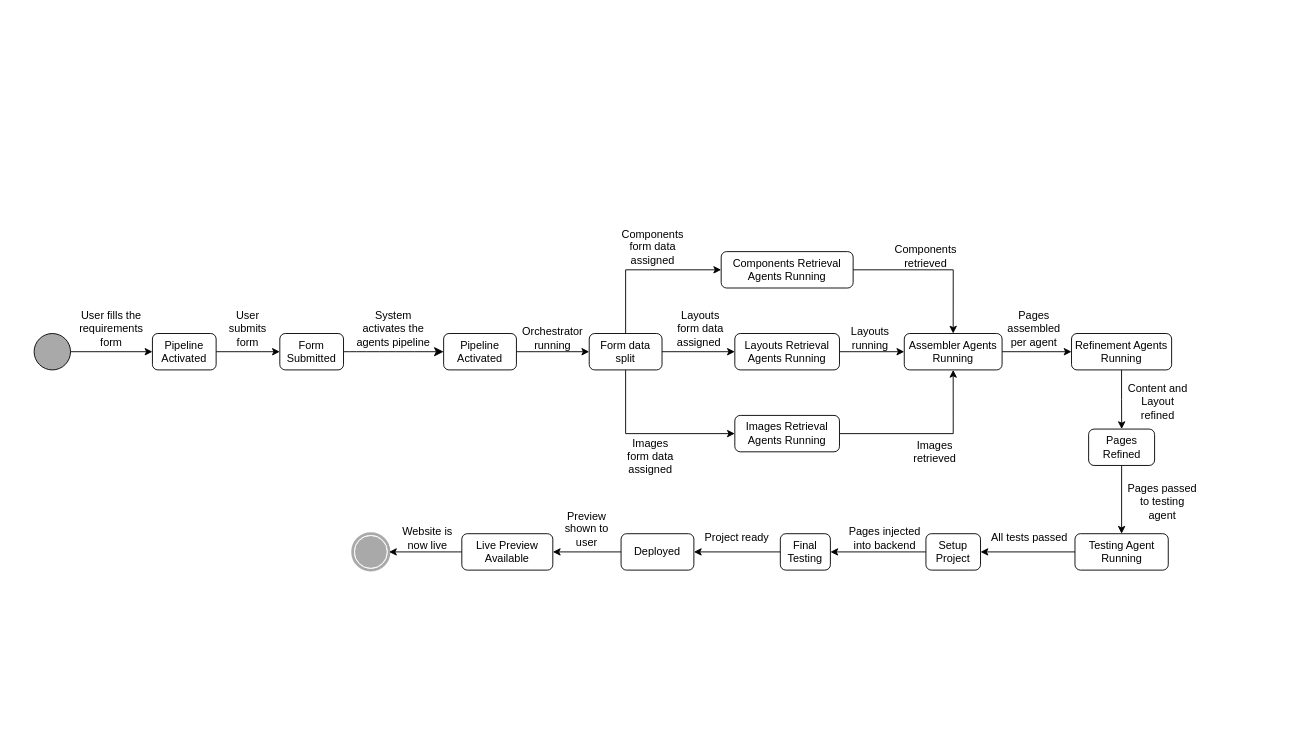
Before: page "Page-1" (4 of 9) of Untitled Diagram.drawio in FrozenEnigma51051/Draw.io, a draw.io diagram. Source tidied: cells renumbered, new cells numbered last; positions are measured from the earlier drawing's top-left corner, leaving out a move shared by most shapes. Both pictures are drawn from the tidied source at 91%, with x=0, y=0 at pixel (34, 24).
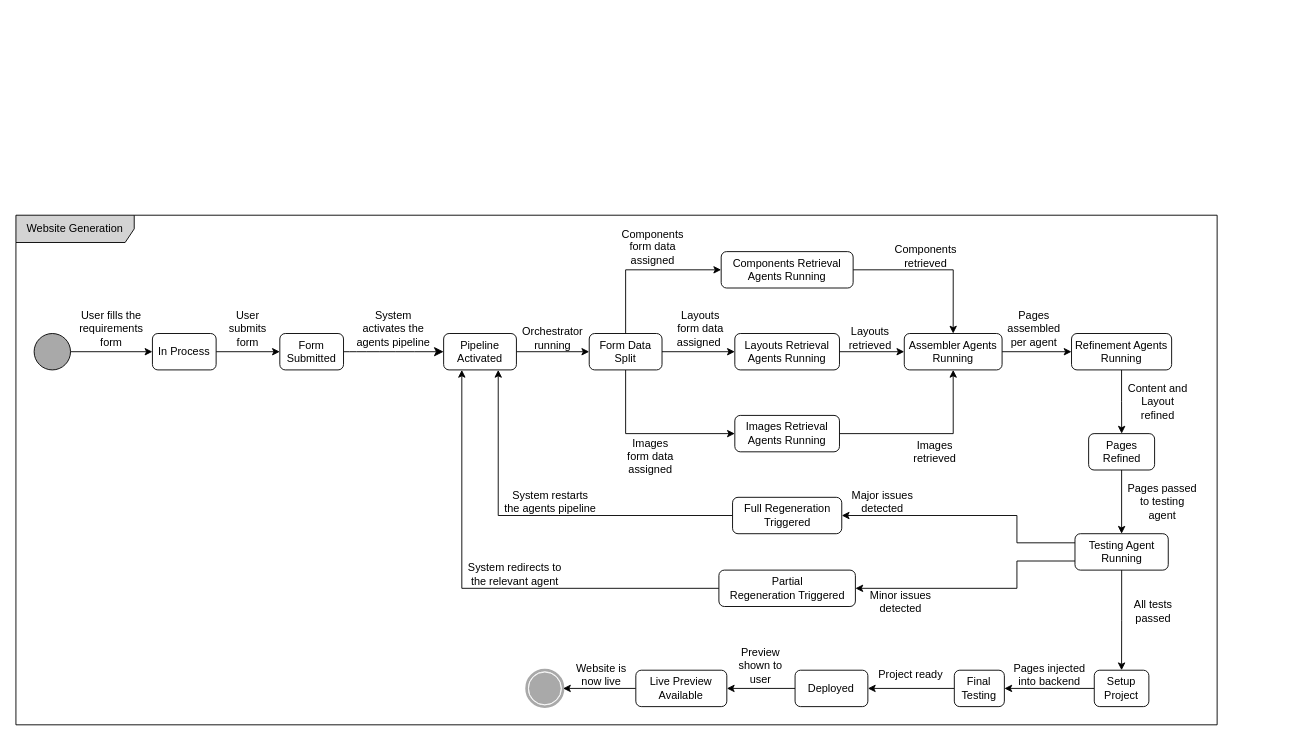
The same page after the edit.

Unchanged cells that the change refers to:
```xml
<mxCell id="6" value="Pipeline Activated" style="rounded=1;whiteSpace=wrap;html=1;" parent="1" vertex="1">
  <mxGeometry x="450" y="340" width="80" height="40" as="geometry" />
</mxCell>
<mxCell id="35" value="Testing Agent Running" style="rounded=1;whiteSpace=wrap;html=1;" parent="1" vertex="1">
  <mxGeometry x="1143.8" y="560" width="102.5" height="40" as="geometry" />
</mxCell>
```

Diff of the diagram source:
```diff
@@
     <mxCell id="3" style="edgeStyle=none;curved=1;rounded=0;orthogonalLoop=1;jettySize=auto;html=1;exitX=0.25;exitY=0;exitDx=0;exitDy=0;fontSize=12;startSize=8;endSize=8;" parent="1" edge="1">
       <mxGeometry relative="1" as="geometry">
-        <mxPoint x="1355" as="sourcePoint" />
-        <mxPoint x="1355" as="targetPoint" />
+        <mxPoint x="1025" y="230" as="sourcePoint" />
+        <mxPoint x="1025" y="230" as="targetPoint" />
       </mxGeometry>
     </mxCell>
@@
     <mxCell id="9" style="shape=mxgraph.bpmn.shape;html=1;verticalLabelPosition=bottom;labelBackgroundColor=#ffffff;verticalAlign=top;perimeter=ellipsePerimeter;outline=end;symbol=terminate;rounded=0;shadow=0;comic=0;strokeWidth=1;fontFamily=Verdana;fontSize=12;align=center;strokeColor=#A9A9A9;fillColor=#FFFFFF;" parent="1" vertex="1">
-      <mxGeometry x="350" y="560" width="40" height="40" as="geometry" />
+      <mxGeometry x="541.2" y="710" width="40" height="40" as="geometry" />
     </mxCell>
@@
-    <mxCell id="13" value="Form data split" style="rounded=1;whiteSpace=wrap;html=1;" parent="1" vertex="1">
+    <mxCell id="13" value="Form Data Split" style="rounded=1;whiteSpace=wrap;html=1;" parent="1" vertex="1">
       <mxGeometry x="610" y="340" width="80" height="40" as="geometry" />
     </mxCell>
@@
-    <mxCell id="25" value="Pipeline Activated" style="rounded=1;whiteSpace=wrap;html=1;" parent="1" vertex="1">
+    <mxCell id="25" value="In Process" style="rounded=1;whiteSpace=wrap;html=1;" parent="1" vertex="1">
       <mxGeometry x="130" y="340" width="70" height="40" as="geometry" />
     </mxCell>
@@
     <mxCell id="27" value="Live Preview Available" style="rounded=1;whiteSpace=wrap;html=1;" parent="1" vertex="1">
-      <mxGeometry x="470" y="560" width="100" height="40" as="geometry" />
+      <mxGeometry x="661.2" y="710" width="100" height="40" as="geometry" />
     </mxCell>
@@
     <mxCell id="29" value="Deployed" style="rounded=1;whiteSpace=wrap;html=1;" parent="1" vertex="1">
-      <mxGeometry x="645" y="560" width="80" height="40" as="geometry" />
+      <mxGeometry x="836.2" y="710" width="80" height="40" as="geometry" />
     </mxCell>
@@
     <mxCell id="31" value="Final Testing" style="rounded=1;whiteSpace=wrap;html=1;" parent="1" vertex="1">
-      <mxGeometry x="820" y="560" width="55" height="40" as="geometry" />
+      <mxGeometry x="1011.2" y="710" width="55" height="40" as="geometry" />
     </mxCell>
@@
     <mxCell id="33" value="Setup Project" style="rounded=1;whiteSpace=wrap;html=1;" parent="1" vertex="1">
-      <mxGeometry x="980" y="560" width="60" height="40" as="geometry" />
+      <mxGeometry x="1165" y="710" width="60" height="40" as="geometry" />
     </mxCell>
@@
+    <mxCell id="56" style="edgeStyle=orthogonalEdgeStyle;rounded=0;jettySize=auto;html=1;entryX=1;entryY=0.5;entryDx=0;entryDy=0;exitX=0;exitY=0.25;exitDx=0;exitDy=0;" parent="1" edge="1" source="35" target="60">
+      <mxGeometry relative="1" as="geometry">
+        <Array as="points">
+          <mxPoint x="1080" y="570" />
+          <mxPoint x="1080" y="540" />
+        </Array>
+      </mxGeometry>
+    </mxCell>
+    <mxCell id="57" style="edgeStyle=orthogonalEdgeStyle;rounded=0;jettySize=auto;html=1;entryX=1;entryY=0.5;entryDx=0;entryDy=0;exitX=0;exitY=0.75;exitDx=0;exitDy=0;" parent="1" edge="1" source="35" target="64">
+      <mxGeometry relative="1" as="geometry">
+        <Array as="points">
+          <mxPoint x="1080" y="590" />
+          <mxPoint x="1080" y="620" />
+        </Array>
+      </mxGeometry>
+    </mxCell>
@@
     <mxCell id="37" value="Pages Refined" style="rounded=1;whiteSpace=wrap;html=1;" parent="1" vertex="1">
-      <mxGeometry x="1158.8" y="445" width="72.5" height="40" as="geometry" />
+      <mxGeometry x="1158.8" y="450" width="72.5" height="40" as="geometry" />
     </mxCell>
@@
     <mxCell id="45" value="All tests passed" style="text;strokeColor=none;align=center;fillColor=none;html=1;verticalAlign=middle;whiteSpace=wrap;rounded=0;" parent="1" vertex="1">
-      <mxGeometry x="1043.8" y="550" width="100" height="30" as="geometry" />
+      <mxGeometry x="1200" y="630" width="60" height="30" as="geometry" />
     </mxCell>
     <mxCell id="46" value="Pages injected into backend" style="text;strokeColor=none;align=center;fillColor=none;html=1;verticalAlign=middle;whiteSpace=wrap;rounded=0;" parent="1" vertex="1">
-      <mxGeometry x="885" y="550" width="100" height="30" as="geometry" />
+      <mxGeometry x="1066.2" y="700" width="100" height="30" as="geometry" />
     </mxCell>
     <mxCell id="47" value="Project ready" style="text;strokeColor=none;align=center;fillColor=none;html=1;verticalAlign=middle;whiteSpace=wrap;rounded=0;" parent="1" vertex="1">
-      <mxGeometry x="720" y="550" width="105" height="30" as="geometry" />
+      <mxGeometry x="911.2" y="700" width="105" height="30" as="geometry" />
     </mxCell>
@@
     <mxCell id="49" value="Preview shown to user" style="text;strokeColor=none;align=center;fillColor=none;html=1;verticalAlign=middle;whiteSpace=wrap;rounded=0;" parent="1" vertex="1">
-      <mxGeometry x="570" y="540" width="75" height="30" as="geometry" />
+      <mxGeometry x="761.2" y="690" width="75" height="30" as="geometry" />
     </mxCell>
@@
-    <mxCell id="52" value="Layouts running" style="text;strokeColor=none;align=center;fillColor=none;html=1;verticalAlign=middle;whiteSpace=wrap;rounded=0;" parent="1" vertex="1">
+    <mxCell id="52" value="Layouts retrieved" style="text;strokeColor=none;align=center;fillColor=none;html=1;verticalAlign=middle;whiteSpace=wrap;rounded=0;" parent="1" vertex="1">
       <mxGeometry x="890" y="330" width="57.5" height="30" as="geometry" />
     </mxCell>
@@
     <mxCell id="55" value="Website is now live" style="text;strokeColor=none;align=center;fillColor=none;html=1;verticalAlign=middle;whiteSpace=wrap;rounded=0;" parent="1" vertex="1">
-      <mxGeometry x="395" y="550" width="75" height="30" as="geometry" />
+      <mxGeometry x="586.2" y="700" width="75" height="30" as="geometry" />
     </mxCell>
+    <mxCell id="58" value="Website Generation" style="shape=umlFrame;whiteSpace=wrap;html=1;width=130;height=30;fillColor=#D3D3D3;" parent="1" vertex="1">
+      <mxGeometry x="-20" y="210" width="1320" height="560" as="geometry" />
+    </mxCell>
+    <mxCell id="59" style="edgeStyle=orthogonalEdgeStyle;rounded=0;jettySize=auto;html=1;entryX=0.75;entryY=1;entryDx=0;entryDy=0;" parent="1" edge="1" source="60" target="6">
+      <mxGeometry relative="1" as="geometry" />
+    </mxCell>
+    <mxCell id="60" value="Full Regeneration Triggered" style="rounded=1;whiteSpace=wrap;html=1;" parent="1" vertex="1">
+      <mxGeometry x="767.5" y="520" width="120" height="40" as="geometry" />
+    </mxCell>
+    <mxCell id="61" value="Major issues detected" style="text;strokeColor=none;align=center;fillColor=none;html=1;verticalAlign=middle;whiteSpace=wrap;rounded=0;" parent="1" vertex="1">
+      <mxGeometry x="880" y="510" width="105" height="30" as="geometry" />
+    </mxCell>
+    <mxCell id="62" value="System restarts the agents pipeline" style="text;strokeColor=none;align=center;fillColor=none;html=1;verticalAlign=middle;whiteSpace=wrap;rounded=0;" parent="1" vertex="1">
+      <mxGeometry x="515" y="520" width="105" height="10" as="geometry" />
+    </mxCell>
+    <mxCell id="63" style="edgeStyle=orthogonalEdgeStyle;rounded=0;jettySize=auto;html=1;exitX=0;exitY=0.5;exitDx=0;exitDy=0;entryX=0.25;entryY=1;entryDx=0;entryDy=0;" parent="1" edge="1" source="64" target="6">
+      <mxGeometry relative="1" as="geometry" />
+    </mxCell>
+    <mxCell id="64" value="Partial&lt;div&gt;Regeneration Triggered&lt;/div&gt;" style="rounded=1;whiteSpace=wrap;html=1;" parent="1" vertex="1">
+      <mxGeometry x="752.5" y="600" width="150" height="40" as="geometry" />
+    </mxCell>
+    <mxCell id="65" value="System redirects to the relevant agent" style="text;strokeColor=none;align=center;fillColor=none;html=1;verticalAlign=middle;whiteSpace=wrap;rounded=0;" parent="1" vertex="1">
+      <mxGeometry x="476.2" y="600" width="105" height="10" as="geometry" />
+    </mxCell>
+    <mxCell id="66" value="Minor issues detected" style="text;strokeColor=none;align=center;fillColor=none;html=1;verticalAlign=middle;whiteSpace=wrap;rounded=0;" parent="1" vertex="1">
+      <mxGeometry x="900" y="620" width="105" height="30" as="geometry" />
+    </mxCell>
```
